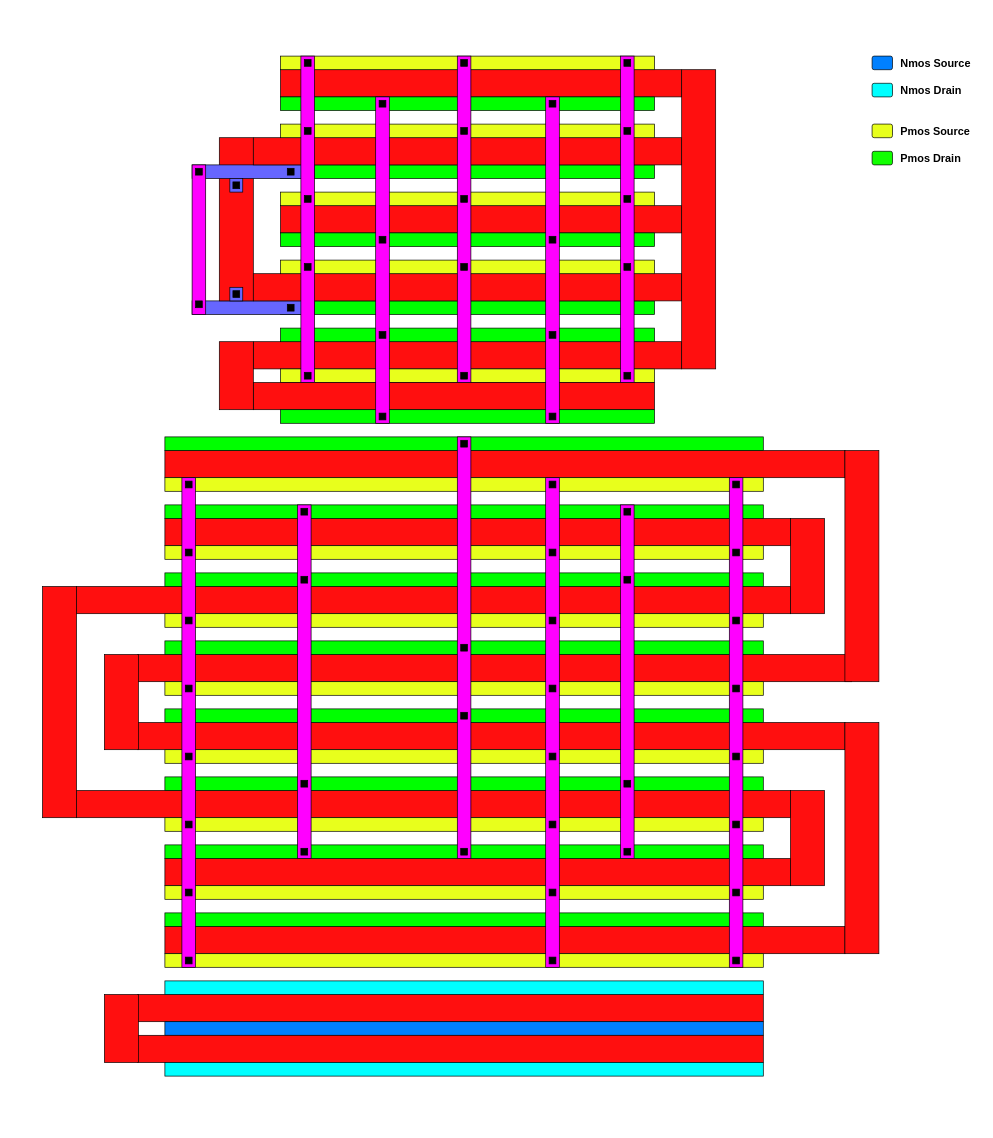
This is Immagini_relazione/Stick_diagram_first_s.drawio from Gaspare7696/AIC_group, a draw.io file, before an edit. Source tidied: cells renumbered, new cells numbered last; positions are measured from the earlier drawing's top-left corner, leaving out a move shared by most shapes. Both pictures are drawn from the tidied source at 68%, with x=0, y=0 at pixel (42, 56).
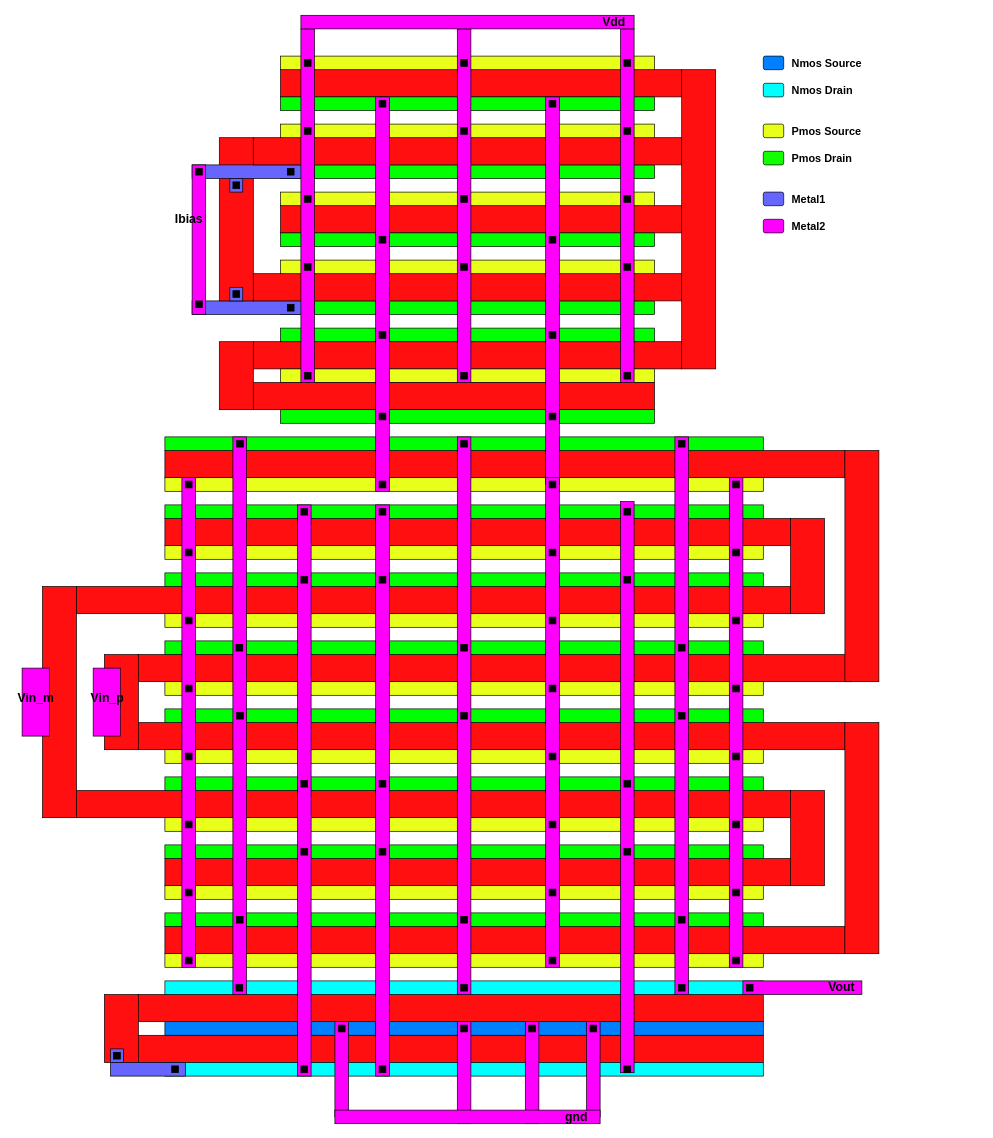
The same diagram, later.

Diff of the diagram source:
```diff
@@
     <mxCell id="60" style="rounded=1;whiteSpace=wrap;html=1;fillColor=#0080FF;" parent="1" vertex="1">
-      <mxGeometry x="1220" width="30" height="20" as="geometry" />
+      <mxGeometry x="1060" width="30" height="20" as="geometry" />
     </mxCell>
     <mxCell id="61" style="rounded=1;whiteSpace=wrap;html=1;fillColor=#00FFFF;gradientDirection=north;" parent="1" vertex="1">
-      <mxGeometry x="1220" y="40" width="30" height="20" as="geometry" />
+      <mxGeometry x="1060" y="40" width="30" height="20" as="geometry" />
     </mxCell>
     <mxCell id="62" style="rounded=1;whiteSpace=wrap;html=1;fillColor=#11FF00;" parent="1" vertex="1">
-      <mxGeometry x="1220" y="140" width="30" height="20" as="geometry" />
+      <mxGeometry x="1060" y="140" width="30" height="20" as="geometry" />
     </mxCell>
     <mxCell id="63" style="rounded=1;whiteSpace=wrap;html=1;gradientDirection=north;fillColor=#E8FF1C;" parent="1" vertex="1">
-      <mxGeometry x="1220" y="100" width="30" height="20" as="geometry" />
+      <mxGeometry x="1060" y="100" width="30" height="20" as="geometry" />
     </mxCell>
     <mxCell id="64" value="&lt;b style=&quot;font-size: 16px&quot;&gt;Nmos Source&lt;/b&gt;" style="text;html=1;align=left;verticalAlign=middle;" parent="1" vertex="1">
-      <mxGeometry x="1260" width="120" height="20" as="geometry" />
+      <mxGeometry x="1100" width="120" height="20" as="geometry" />
     </mxCell>
     <mxCell id="65" value="&lt;b style=&quot;font-size: 16px&quot;&gt;Nmos Drain&lt;/b&gt;" style="text;html=1;align=left;verticalAlign=middle;" parent="1" vertex="1">
-      <mxGeometry x="1260" y="40" width="110" height="20" as="geometry" />
+      <mxGeometry x="1100" y="40" width="110" height="20" as="geometry" />
     </mxCell>
     <mxCell id="66" value="&lt;b style=&quot;font-size: 16px&quot;&gt;Pmos Drain&lt;/b&gt;" style="text;html=1;align=left;verticalAlign=middle;" parent="1" vertex="1">
-      <mxGeometry x="1260" y="140" width="100" height="20" as="geometry" />
+      <mxGeometry x="1100" y="140" width="100" height="20" as="geometry" />
     </mxCell>
     <mxCell id="67" value="&lt;b style=&quot;font-size: 16px&quot;&gt;Pmos Source&lt;/b&gt;" style="text;html=1;align=left;verticalAlign=middle;" parent="1" vertex="1">
-      <mxGeometry x="1260" y="100" width="120" height="20" as="geometry" />
+      <mxGeometry x="1100" y="100" width="120" height="20" as="geometry" />
     </mxCell>
     <mxCell id="68" style="rounded=0;whiteSpace=wrap;html=1;gradientColor=none;fillColor=#FF00FF;" parent="1" vertex="1">
-      <mxGeometry x="380" width="20" height="480" as="geometry" />
+      <mxGeometry x="380" y="-40" width="20" height="520" as="geometry" />
     </mxCell>
@@
     <mxCell id="74" style="rounded=0;whiteSpace=wrap;html=1;gradientColor=none;fillColor=#FF00FF;" parent="1" vertex="1">
-      <mxGeometry x="850" width="20" height="480" as="geometry" />
+      <mxGeometry x="850" y="-40" width="20" height="520" as="geometry" />
     </mxCell>
@@
     <mxCell id="80" style="rounded=0;whiteSpace=wrap;html=1;gradientColor=none;fillColor=#FF00FF;" parent="1" vertex="1">
-      <mxGeometry x="610" width="20" height="480" as="geometry" />
+      <mxGeometry x="610" y="-40" width="20" height="520" as="geometry" />
     </mxCell>
@@
     <mxCell id="86" style="rounded=0;whiteSpace=wrap;html=1;gradientColor=none;fillColor=#FF00FF;" parent="1" vertex="1">
-      <mxGeometry x="490" y="60" width="20" height="480" as="geometry" />
+      <mxGeometry x="490" y="60" width="20" height="580" as="geometry" />
     </mxCell>
     <mxCell id="87" style="rounded=0;whiteSpace=wrap;html=1;gradientColor=none;fillColor=#FF00FF;" parent="1" vertex="1">
-      <mxGeometry x="740" y="60" width="20" height="480" as="geometry" />
+      <mxGeometry x="740" y="60" width="20" height="570" as="geometry" />
     </mxCell>
@@
     <mxCell id="132" style="rounded=0;whiteSpace=wrap;html=1;gradientColor=none;fillColor=#FF00FF;" parent="1" vertex="1">
-      <mxGeometry x="610" y="560" width="20" height="620" as="geometry" />
+      <mxGeometry x="610" y="560" width="20" height="820" as="geometry" />
     </mxCell>
@@
-    <mxCell id="136" style="rounded=0;whiteSpace=wrap;html=1;gradientColor=none;fillColor=#000000;" parent="1" vertex="1">
-      <mxGeometry x="615" y="1165" width="10" height="10" as="geometry" />
-    </mxCell>
     <mxCell id="137" style="rounded=0;whiteSpace=wrap;html=1;gradientColor=none;fillColor=#FF00FF;" parent="1" vertex="1">
-      <mxGeometry x="375" y="660" width="20" height="520" as="geometry" />
+      <mxGeometry x="375" y="660" width="20" height="840" as="geometry" />
     </mxCell>
@@
     <mxCell id="142" style="rounded=0;whiteSpace=wrap;html=1;gradientColor=none;fillColor=#FF00FF;" parent="1" vertex="1">
-      <mxGeometry x="850" y="660" width="20" height="520" as="geometry" />
+      <mxGeometry x="850" y="655" width="20" height="840" as="geometry" />
     </mxCell>
@@
+    <mxCell id="147" style="rounded=0;whiteSpace=wrap;html=1;gradientColor=none;fillColor=#FF00FF;" parent="1" vertex="1">
+      <mxGeometry x="280" y="560" width="20" height="820" as="geometry" />
+    </mxCell>
+    <mxCell id="148" style="rounded=0;whiteSpace=wrap;html=1;gradientColor=none;fillColor=#000000;" parent="1" vertex="1">
+      <mxGeometry x="285.5" y="565" width="10" height="10" as="geometry" />
+    </mxCell>
+    <mxCell id="149" style="rounded=0;whiteSpace=wrap;html=1;gradientColor=none;fillColor=#000000;" parent="1" vertex="1">
+      <mxGeometry x="284.5" y="865" width="10" height="10" as="geometry" />
+    </mxCell>
+    <mxCell id="150" style="rounded=0;whiteSpace=wrap;html=1;gradientColor=none;fillColor=#000000;" parent="1" vertex="1">
+      <mxGeometry x="285.5" y="965" width="10" height="10" as="geometry" />
+    </mxCell>
+    <mxCell id="151" style="rounded=0;whiteSpace=wrap;html=1;gradientColor=none;fillColor=#000000;" parent="1" vertex="1">
+      <mxGeometry x="285" y="1265" width="10" height="10" as="geometry" />
+    </mxCell>
+    <mxCell id="152" style="rounded=0;whiteSpace=wrap;html=1;gradientColor=none;fillColor=#000000;" parent="1" vertex="1">
+      <mxGeometry x="615" y="1265" width="10" height="10" as="geometry" />
+    </mxCell>
+    <mxCell id="153" style="rounded=0;whiteSpace=wrap;html=1;gradientColor=none;fillColor=#FF00FF;" parent="1" vertex="1">
+      <mxGeometry x="930" y="560" width="20" height="820" as="geometry" />
+    </mxCell>
+    <mxCell id="154" style="rounded=0;whiteSpace=wrap;html=1;gradientColor=none;fillColor=#000000;" parent="1" vertex="1">
+      <mxGeometry x="935" y="565" width="10" height="10" as="geometry" />
+    </mxCell>
+    <mxCell id="155" style="rounded=0;whiteSpace=wrap;html=1;gradientColor=none;fillColor=#000000;" parent="1" vertex="1">
+      <mxGeometry x="935" y="865" width="10" height="10" as="geometry" />
+    </mxCell>
+    <mxCell id="156" style="rounded=0;whiteSpace=wrap;html=1;gradientColor=none;fillColor=#000000;" parent="1" vertex="1">
+      <mxGeometry x="935" y="965" width="10" height="10" as="geometry" />
+    </mxCell>
+    <mxCell id="157" style="rounded=0;whiteSpace=wrap;html=1;gradientColor=none;fillColor=#000000;" parent="1" vertex="1">
+      <mxGeometry x="935" y="1265" width="10" height="10" as="geometry" />
+    </mxCell>
+    <mxCell id="158" style="rounded=0;whiteSpace=wrap;html=1;gradientColor=none;fillColor=#FF00FF;" parent="1" vertex="1">
+      <mxGeometry x="490" y="660" width="20" height="840" as="geometry" />
+    </mxCell>
+    <mxCell id="159" style="rounded=0;whiteSpace=wrap;html=1;gradientColor=none;fillColor=#000000;" parent="1" vertex="1">
+      <mxGeometry x="495" y="665" width="10" height="10" as="geometry" />
+    </mxCell>
+    <mxCell id="160" style="rounded=0;whiteSpace=wrap;html=1;gradientColor=none;fillColor=#000000;" parent="1" vertex="1">
+      <mxGeometry x="495" y="765" width="10" height="10" as="geometry" />
+    </mxCell>
+    <mxCell id="161" style="rounded=0;whiteSpace=wrap;html=1;gradientColor=none;fillColor=#000000;" parent="1" vertex="1">
+      <mxGeometry x="495" y="1065" width="10" height="10" as="geometry" />
+    </mxCell>
+    <mxCell id="162" style="rounded=0;whiteSpace=wrap;html=1;gradientColor=none;fillColor=#000000;" parent="1" vertex="1">
+      <mxGeometry x="495" y="1165" width="10" height="10" as="geometry" />
+    </mxCell>
+    <mxCell id="163" style="rounded=1;whiteSpace=wrap;html=1;fillColor=#6666FF;" parent="1" vertex="1">
+      <mxGeometry x="1060" y="200" width="30" height="20" as="geometry" />
+    </mxCell>
+    <mxCell id="164" value="&lt;b style=&quot;font-size: 16px&quot;&gt;Metal1&lt;br&gt;&lt;/b&gt;" style="text;html=1;align=left;verticalAlign=middle;" parent="1" vertex="1">
+      <mxGeometry x="1100" y="200" width="70" height="20" as="geometry" />
+    </mxCell>
+    <mxCell id="165" style="rounded=1;whiteSpace=wrap;html=1;fillColor=#FF00FF;" parent="1" vertex="1">
+      <mxGeometry x="1060" y="240" width="30" height="20" as="geometry" />
+    </mxCell>
+    <mxCell id="166" value="&lt;b style=&quot;font-size: 16px&quot;&gt;Metal2&lt;br&gt;&lt;/b&gt;" style="text;html=1;align=left;verticalAlign=middle;" parent="1" vertex="1">
+      <mxGeometry x="1100" y="240" width="70" height="20" as="geometry" />
+    </mxCell>
+    <mxCell id="167" style="rounded=0;whiteSpace=wrap;html=1;gradientColor=none;fillColor=#000000;" parent="1" vertex="1">
+      <mxGeometry x="495" y="625" width="10" height="10" as="geometry" />
+    </mxCell>
+    <mxCell id="168" style="rounded=0;whiteSpace=wrap;html=1;gradientColor=none;fillColor=#6666FF;" parent="1" vertex="1">
+      <mxGeometry x="100" y="1480" width="110" height="20" as="geometry" />
+    </mxCell>
+    <mxCell id="169" style="rounded=0;whiteSpace=wrap;html=1;gradientColor=none;fillColor=#000000;" parent="1" vertex="1">
+      <mxGeometry x="190" y="1485" width="10" height="10" as="geometry" />
+    </mxCell>
+    <mxCell id="170" style="rounded=0;whiteSpace=wrap;html=1;gradientColor=none;fillColor=#6666FF;" parent="1" vertex="1">
+      <mxGeometry x="100" y="1460" width="19" height="20" as="geometry" />
+    </mxCell>
+    <mxCell id="171" style="rounded=0;whiteSpace=wrap;html=1;gradientColor=none;fillColor=#000000;" parent="1" vertex="1">
+      <mxGeometry x="104.5" y="1465" width="10" height="10" as="geometry" />
+    </mxCell>
+    <mxCell id="172" style="rounded=0;whiteSpace=wrap;html=1;gradientColor=none;fillColor=#000000;" parent="1" vertex="1">
+      <mxGeometry x="284.5" y="1365" width="10" height="10" as="geometry" />
+    </mxCell>
+    <mxCell id="173" style="rounded=0;whiteSpace=wrap;html=1;gradientColor=none;fillColor=#000000;" parent="1" vertex="1">
+      <mxGeometry x="495" y="1485" width="10" height="10" as="geometry" />
+    </mxCell>
+    <mxCell id="174" style="rounded=0;whiteSpace=wrap;html=1;gradientColor=none;fillColor=#000000;" parent="1" vertex="1">
+      <mxGeometry x="380" y="1485" width="10" height="10" as="geometry" />
+    </mxCell>
+    <mxCell id="175" style="rounded=0;whiteSpace=wrap;html=1;gradientColor=none;fillColor=#000000;" parent="1" vertex="1">
+      <mxGeometry x="615" y="1365" width="10" height="10" as="geometry" />
+    </mxCell>
+    <mxCell id="176" style="rounded=0;whiteSpace=wrap;html=1;gradientColor=none;fillColor=#000000;" parent="1" vertex="1">
+      <mxGeometry x="855" y="1485" width="10" height="10" as="geometry" />
+    </mxCell>
+    <mxCell id="177" style="rounded=0;whiteSpace=wrap;html=1;gradientColor=none;fillColor=#000000;" parent="1" vertex="1">
+      <mxGeometry x="935" y="1365" width="10" height="10" as="geometry" />
+    </mxCell>
+    <mxCell id="178" style="rounded=0;whiteSpace=wrap;html=1;gradientColor=none;fillColor=#FF00FF;" parent="1" vertex="1">
+      <mxGeometry x="1030" y="1360" width="175" height="20" as="geometry" />
+    </mxCell>
+    <mxCell id="179" style="rounded=0;whiteSpace=wrap;html=1;gradientColor=none;fillColor=#000000;" parent="1" vertex="1">
+      <mxGeometry x="1035" y="1365" width="10" height="10" as="geometry" />
+    </mxCell>
+    <mxCell id="180" style="rounded=0;whiteSpace=wrap;html=1;gradientColor=none;fillColor=#FF00FF;" parent="1" vertex="1">
+      <mxGeometry x="-30" y="900" width="40" height="100" as="geometry" />
+    </mxCell>
+    <mxCell id="181" style="rounded=0;whiteSpace=wrap;html=1;gradientColor=none;fillColor=#FF00FF;" parent="1" vertex="1">
+      <mxGeometry x="74.5" y="900" width="40" height="100" as="geometry" />
+    </mxCell>
+    <mxCell id="182" style="rounded=0;whiteSpace=wrap;html=1;gradientColor=none;fillColor=#FF00FF;" parent="1" vertex="1">
+      <mxGeometry x="610" y="1420" width="20" height="150" as="geometry" />
+    </mxCell>
+    <mxCell id="183" style="rounded=0;whiteSpace=wrap;html=1;gradientColor=none;fillColor=#FF00FF;" parent="1" vertex="1">
+      <mxGeometry x="800" y="1420" width="20" height="140" as="geometry" />
+    </mxCell>
+    <mxCell id="184" style="rounded=0;whiteSpace=wrap;html=1;gradientColor=none;fillColor=#FF00FF;" parent="1" vertex="1">
+      <mxGeometry x="430" y="1420" width="20" height="140" as="geometry" />
+    </mxCell>
+    <mxCell id="185" style="rounded=0;whiteSpace=wrap;html=1;gradientColor=none;fillColor=#FF00FF;" parent="1" vertex="1">
+      <mxGeometry x="710" y="1420" width="20" height="150" as="geometry" />
+    </mxCell>
+    <mxCell id="186" style="rounded=0;whiteSpace=wrap;html=1;gradientColor=none;fillColor=#FF00FF;" parent="1" vertex="1">
+      <mxGeometry x="430" y="1550" width="390" height="20" as="geometry" />
+    </mxCell>
+    <mxCell id="187" style="rounded=0;whiteSpace=wrap;html=1;gradientColor=none;fillColor=#FF00FF;" parent="1" vertex="1">
+      <mxGeometry x="380" y="-60" width="490" height="20" as="geometry" />
+    </mxCell>
+    <mxCell id="188" value="&lt;b&gt;&lt;font style=&quot;font-size: 18px&quot;&gt;Vin_m&lt;/font&gt;&lt;/b&gt;" style="text;html=1;align=center;verticalAlign=middle;" parent="1" vertex="1">
+      <mxGeometry x="-45" y="935" width="70" height="20" as="geometry" />
+    </mxCell>
+    <mxCell id="189" value="&lt;b&gt;&lt;font style=&quot;font-size: 18px&quot;&gt;Vin_p&lt;/font&gt;&lt;/b&gt;" style="text;html=1;align=center;verticalAlign=middle;" parent="1" vertex="1">
+      <mxGeometry x="64.5" y="935" width="60" height="20" as="geometry" />
+    </mxCell>
+    <mxCell id="190" value="&lt;b&gt;&lt;font style=&quot;font-size: 18px&quot;&gt;Ibias&lt;/font&gt;&lt;/b&gt;" style="text;html=1;align=center;verticalAlign=middle;" parent="1" vertex="1">
+      <mxGeometry x="185" y="230" width="60" height="20" as="geometry" />
+    </mxCell>
+    <mxCell id="191" value="&lt;b&gt;&lt;font style=&quot;font-size: 18px&quot;&gt;Vdd&lt;/font&gt;&lt;/b&gt;" style="text;html=1;align=center;verticalAlign=middle;" parent="1" vertex="1">
+      <mxGeometry x="815" y="-65" width="50" height="30" as="geometry" />
+    </mxCell>
+    <mxCell id="192" value="&lt;span style=&quot;font-size: 18px&quot;&gt;&lt;b&gt;gnd&lt;/b&gt;&lt;/span&gt;" style="text;html=1;align=center;verticalAlign=middle;" parent="1" vertex="1">
+      <mxGeometry x="760" y="1545" width="50" height="30" as="geometry" />
+    </mxCell>
+    <mxCell id="193" value="&lt;span style=&quot;font-size: 18px&quot;&gt;&lt;b&gt;Vout&lt;/b&gt;&lt;/span&gt;" style="text;html=1;align=center;verticalAlign=middle;" parent="1" vertex="1">
+      <mxGeometry x="1150" y="1360" width="50" height="20" as="geometry" />
+    </mxCell>
+    <mxCell id="194" style="rounded=0;whiteSpace=wrap;html=1;gradientColor=none;fillColor=#000000;" parent="1" vertex="1">
+      <mxGeometry x="435" y="1425" width="10" height="10" as="geometry" />
+    </mxCell>
+    <mxCell id="195" style="rounded=0;whiteSpace=wrap;html=1;gradientColor=none;fillColor=#000000;" parent="1" vertex="1">
+      <mxGeometry x="615" y="1425" width="10" height="10" as="geometry" />
+    </mxCell>
+    <mxCell id="196" style="rounded=0;whiteSpace=wrap;html=1;gradientColor=none;fillColor=#000000;" parent="1" vertex="1">
+      <mxGeometry x="715" y="1425" width="10" height="10" as="geometry" />
+    </mxCell>
+    <mxCell id="197" style="rounded=0;whiteSpace=wrap;html=1;gradientColor=none;fillColor=#000000;" parent="1" vertex="1">
+      <mxGeometry x="805" y="1425" width="10" height="10" as="geometry" />
+    </mxCell>
```
